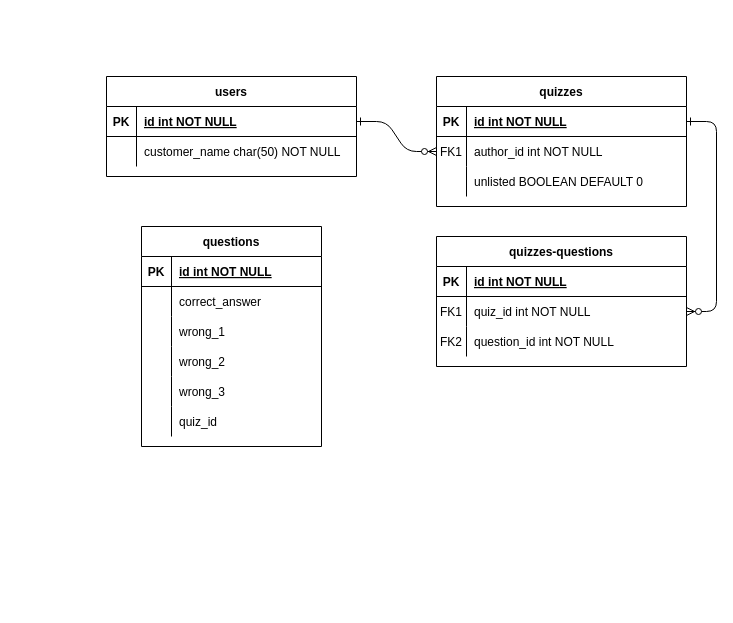
Before: quizapp-erd-1st-draft.drawio in akshathakulkarni/QuizApp, a draw.io diagram. Source tidied: cells renumbered, new cells numbered last; positions are measured from the earlier drawing's top-left corner, leaving out a move shared by most shapes. Both pictures are drawn from the tidied source at 100%, with x=0, y=0 at pixel (106, 76).
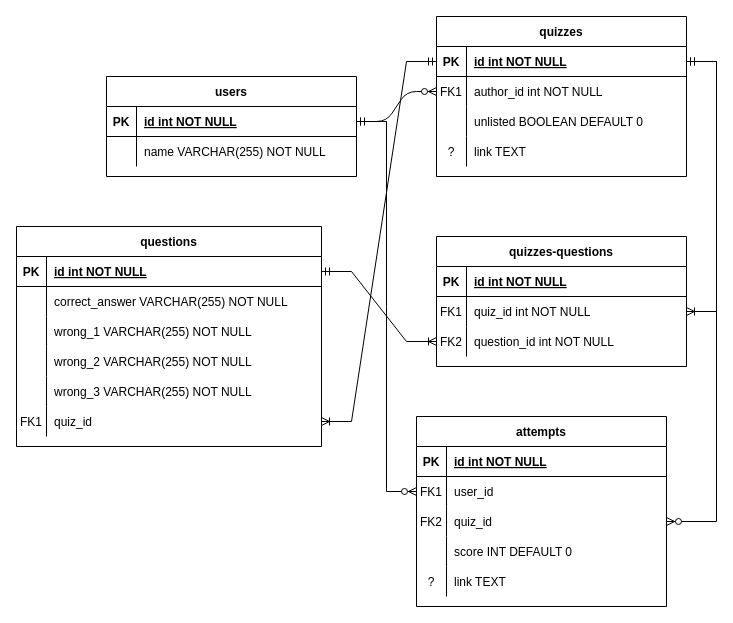
Above is the later version.

Commit message:
Update 1st draft of ERD

Unchanged cells that the change refers to:
```xml
<mxCell id="5" style="shape=partialRectangle;fillColor=none;points=[[0,0.5],[1,0.5]];portConstraint=eastwest;top=0;left=0;right=0;bottom=1;" parent="4" vertex="1">
  <mxGeometry y="30" width="250" height="30" as="geometry" />
</mxCell>
<mxCell id="18" style="shape=partialRectangle;fillColor=none;points=[[0,0.5],[1,0.5]];portConstraint=eastwest;top=0;left=0;right=0;bottom=0;" parent="14" vertex="1">
  <mxGeometry y="60" width="250" height="30" as="geometry" />
</mxCell>
<mxCell id="21" style="shape=partialRectangle;fillColor=none;points=[[0,0.5],[1,0.5]];portConstraint=eastwest;top=0;left=0;right=0;bottom=0;" parent="14" vertex="1">
  <mxGeometry y="90" width="250" height="30" as="geometry" />
</mxCell>
<mxCell id="25" style="shape=partialRectangle;fillColor=none;points=[[0,0.5],[1,0.5]];portConstraint=eastwest;top=0;left=0;right=0;bottom=1;" parent="24" vertex="1">
  <mxGeometry y="30" width="250" height="30" as="geometry" />
</mxCell>
<mxCell id="28" style="shape=partialRectangle;fillColor=none;top=0;left=0;right=0;bottom=0;" parent="24" vertex="1">
  <mxGeometry y="60" width="250" height="30" as="geometry" />
</mxCell>
```

Change to the diagram source:
```diff
@@
-    <mxCell id="3" style="edgeStyle=entityRelationEdgeStyle;endArrow=ERzeroToMany;startArrow=ERone;endFill=1;startFill=0;" parent="1" edge="1" source="5" target="18">
-      <mxGeometry relative="1" as="geometry" />
-    </mxCell>
     <mxCell id="4" value="quizzes" style="shape=table;startSize=30;childLayout=tableLayout;rowLines=0;fontStyle=1;align=center;" parent="1" vertex="1">
-      <mxGeometry x="330" width="250" height="130" as="geometry" />
+      <mxGeometry x="330" y="-60" width="250" height="160" as="geometry" />
     </mxCell>
@@
+    <mxCell id="50" style="shape=partialRectangle;fillColor=none;top=0;left=0;right=0;bottom=0;" parent="4" vertex="1">
+      <mxGeometry y="120" width="250" height="30" as="geometry" />
+    </mxCell>
+    <mxCell id="51" value="?" style="shape=partialRectangle;overflow=hidden;fillColor=none;top=0;left=0;bottom=0;right=0;" parent="50" vertex="1">
+      <mxGeometry width="30" height="30" as="geometry" />
+    </mxCell>
+    <mxCell id="52" value="link TEXT" style="shape=partialRectangle;overflow=hidden;fillColor=none;top=0;left=0;bottom=0;right=0;align=left;spacingLeft=6;" parent="50" vertex="1">
+      <mxGeometry x="30" width="220" height="30" as="geometry" />
+    </mxCell>
@@
-    <mxCell id="30" value="customer_name char(50) NOT NULL" style="shape=partialRectangle;overflow=hidden;fillColor=none;top=0;left=0;bottom=0;right=0;align=left;spacingLeft=6;" parent="28" vertex="1">
+    <mxCell id="30" value="name VARCHAR(255) NOT NULL" style="shape=partialRectangle;overflow=hidden;fillColor=none;top=0;left=0;bottom=0;right=0;align=left;spacingLeft=6;" parent="28" vertex="1">
       <mxGeometry x="30" width="220" height="30" as="geometry" />
     </mxCell>
     <mxCell id="31" value="questions" style="shape=table;startSize=30;childLayout=tableLayout;rowLines=0;fontStyle=1;align=center;" parent="1" vertex="1">
-      <mxGeometry x="35" y="150" width="180" height="220" as="geometry" />
+      <mxGeometry x="-90" y="150" width="305" height="220" as="geometry" />
     </mxCell>
     <mxCell id="32" style="shape=partialRectangle;fillColor=none;top=0;left=0;bottom=1;right=0;points=[[0,0.5],[1,0.5]];portConstraint=eastwest;" parent="31" vertex="1">
-      <mxGeometry y="30" width="180" height="30" as="geometry" />
+      <mxGeometry y="30" width="305" height="30" as="geometry" />
     </mxCell>
@@
     <mxCell id="34" value="id int NOT NULL" style="shape=partialRectangle;fillColor=none;top=0;left=0;bottom=0;right=0;align=left;spacingLeft=6;fontStyle=5;overflow=hidden;" parent="32" vertex="1">
-      <mxGeometry x="30" width="150" height="30" as="geometry" />
+      <mxGeometry x="30" width="275" height="30" as="geometry" />
     </mxCell>
     <mxCell id="35" style="shape=partialRectangle;fillColor=none;top=0;left=0;bottom=0;right=0;" parent="31" vertex="1">
-      <mxGeometry y="60" width="180" height="30" as="geometry" />
+      <mxGeometry y="60" width="305" height="30" as="geometry" />
     </mxCell>
@@
-    <mxCell id="37" value="correct_answer" style="shape=partialRectangle;fillColor=none;top=0;left=0;bottom=0;right=0;align=left;spacingLeft=6;overflow=hidden;" parent="35" vertex="1">
-      <mxGeometry x="30" width="150" height="30" as="geometry" />
+    <mxCell id="37" value="correct_answer VARCHAR(255) NOT NULL" style="shape=partialRectangle;fillColor=none;top=0;left=0;bottom=0;right=0;align=left;spacingLeft=6;overflow=hidden;" parent="35" vertex="1">
+      <mxGeometry x="30" width="275" height="30" as="geometry" />
     </mxCell>
     <mxCell id="38" style="shape=partialRectangle;fillColor=none;top=0;left=0;bottom=0;right=0;" parent="31" vertex="1">
-      <mxGeometry y="90" width="180" height="30" as="geometry" />
+      <mxGeometry y="90" width="305" height="30" as="geometry" />
     </mxCell>
@@
-    <mxCell id="40" value="wrong_1" style="shape=partialRectangle;fillColor=none;top=0;left=0;bottom=0;right=0;align=left;spacingLeft=6;overflow=hidden;" parent="38" vertex="1">
-      <mxGeometry x="30" width="150" height="30" as="geometry" />
+    <mxCell id="40" value="wrong_1 VARCHAR(255) NOT NULL" style="shape=partialRectangle;fillColor=none;top=0;left=0;bottom=0;right=0;align=left;spacingLeft=6;overflow=hidden;" parent="38" vertex="1">
+      <mxGeometry x="30" width="275" height="30" as="geometry" />
     </mxCell>
     <mxCell id="41" style="shape=partialRectangle;fillColor=none;top=0;left=0;bottom=0;right=0;" parent="31" vertex="1">
-      <mxGeometry y="120" width="180" height="30" as="geometry" />
+      <mxGeometry y="120" width="305" height="30" as="geometry" />
     </mxCell>
@@
-    <mxCell id="43" value="wrong_2" style="shape=partialRectangle;fillColor=none;top=0;left=0;bottom=0;right=0;align=left;spacingLeft=6;overflow=hidden;" parent="41" vertex="1">
-      <mxGeometry x="30" width="150" height="30" as="geometry" />
+    <mxCell id="43" value="wrong_2 VARCHAR(255) NOT NULL" style="shape=partialRectangle;fillColor=none;top=0;left=0;bottom=0;right=0;align=left;spacingLeft=6;overflow=hidden;" parent="41" vertex="1">
+      <mxGeometry x="30" width="275" height="30" as="geometry" />
     </mxCell>
     <mxCell id="44" style="shape=partialRectangle;fillColor=none;top=0;left=0;bottom=0;right=0;" parent="31" vertex="1">
-      <mxGeometry y="150" width="180" height="30" as="geometry" />
+      <mxGeometry y="150" width="305" height="30" as="geometry" />
     </mxCell>
@@
-    <mxCell id="46" value="wrong_3" style="shape=partialRectangle;fillColor=none;top=0;left=0;bottom=0;right=0;align=left;spacingLeft=6;overflow=hidden;" parent="44" vertex="1">
-      <mxGeometry x="30" width="150" height="30" as="geometry" />
+    <mxCell id="46" value="wrong_3 VARCHAR(255) NOT NULL" style="shape=partialRectangle;fillColor=none;top=0;left=0;bottom=0;right=0;align=left;spacingLeft=6;overflow=hidden;" parent="44" vertex="1">
+      <mxGeometry x="30" width="275" height="30" as="geometry" />
     </mxCell>
     <mxCell id="47" style="shape=partialRectangle;fillColor=none;top=0;left=0;bottom=0;right=0;points=[[0,0.5],[1,0.5]];portConstraint=eastwest;" parent="31" vertex="1">
-      <mxGeometry y="180" width="180" height="30" as="geometry" />
+      <mxGeometry y="180" width="305" height="30" as="geometry" />
     </mxCell>
-    <mxCell id="48" style="shape=partialRectangle;fillColor=none;top=0;left=0;bottom=0;right=0;overflow=hidden;" parent="47" vertex="1">
+    <mxCell id="48" value="FK1" style="shape=partialRectangle;fillColor=none;top=0;left=0;bottom=0;right=0;overflow=hidden;" parent="47" vertex="1">
       <mxGeometry width="30" height="30" as="geometry" />
     </mxCell>
     <mxCell id="49" value="quiz_id" style="shape=partialRectangle;fillColor=none;top=0;left=0;bottom=0;right=0;align=left;spacingLeft=6;overflow=hidden;" parent="47" vertex="1">
-      <mxGeometry x="30" width="150" height="30" as="geometry" />
+      <mxGeometry x="30" width="275" height="30" as="geometry" />
     </mxCell>
+    <mxCell id="53" style="edgeStyle=entityRelationEdgeStyle;fontSize=12;html=1;endArrow=ERoneToMany;startArrow=ERmandOne;rounded=0;" parent="1" edge="1" source="5" target="47">
+      <mxGeometry relative="1" as="geometry" />
+    </mxCell>
+    <mxCell id="54" style="edgeStyle=entityRelationEdgeStyle;fontSize=12;html=1;endArrow=ERoneToMany;startArrow=ERmandOne;rounded=0;" parent="1" edge="1" source="32" target="21">
+      <mxGeometry relative="1" as="geometry" />
+    </mxCell>
+    <mxCell id="3" style="edgeStyle=entityRelationEdgeStyle;fontSize=12;html=1;endArrow=ERoneToMany;startArrow=ERmandOne;rounded=0;" parent="1" edge="1" source="5" target="18">
+      <mxGeometry relative="1" as="geometry" />
+    </mxCell>
+    <mxCell id="55" value="attempts" style="shape=table;startSize=30;childLayout=tableLayout;rowLines=0;fontStyle=1;align=center;" parent="1" vertex="1">
+      <mxGeometry x="310" y="340" width="250" height="190" as="geometry" />
+    </mxCell>
+    <mxCell id="56" style="shape=partialRectangle;fillColor=none;top=0;left=0;bottom=1;right=0;" parent="55" vertex="1">
+      <mxGeometry y="30" width="250" height="30" as="geometry" />
+    </mxCell>
+    <mxCell id="57" value="PK" style="shape=partialRectangle;fillColor=none;top=0;left=0;bottom=0;right=0;fontStyle=1;overflow=hidden;" parent="56" vertex="1">
+      <mxGeometry width="30" height="30" as="geometry" />
+    </mxCell>
+    <mxCell id="58" value="id int NOT NULL" style="shape=partialRectangle;fillColor=none;top=0;left=0;bottom=0;right=0;align=left;spacingLeft=6;fontStyle=5;overflow=hidden;" parent="56" vertex="1">
+      <mxGeometry x="30" width="220" height="30" as="geometry" />
+    </mxCell>
+    <mxCell id="59" style="shape=partialRectangle;fillColor=none;top=0;left=0;bottom=0;right=0;points=[[0,0.5],[1,0.5]];portConstraint=eastwest;" parent="55" vertex="1">
+      <mxGeometry y="60" width="250" height="30" as="geometry" />
+    </mxCell>
+    <mxCell id="60" value="FK1" style="shape=partialRectangle;fillColor=none;top=0;left=0;bottom=0;right=0;overflow=hidden;" parent="59" vertex="1">
+      <mxGeometry width="30" height="30" as="geometry" />
+    </mxCell>
+    <mxCell id="61" value="user_id" style="shape=partialRectangle;fillColor=none;top=0;left=0;bottom=0;right=0;align=left;spacingLeft=6;overflow=hidden;" parent="59" vertex="1">
+      <mxGeometry x="30" width="220" height="30" as="geometry" />
+    </mxCell>
+    <mxCell id="62" style="shape=partialRectangle;fillColor=none;top=0;left=0;bottom=0;right=0;points=[[0,0.5],[1,0.5]];portConstraint=eastwest;" parent="55" vertex="1">
+      <mxGeometry y="90" width="250" height="30" as="geometry" />
+    </mxCell>
+    <mxCell id="63" value="FK2" style="shape=partialRectangle;fillColor=none;top=0;left=0;bottom=0;right=0;overflow=hidden;" parent="62" vertex="1">
+      <mxGeometry width="30" height="30" as="geometry" />
+    </mxCell>
+    <mxCell id="64" value="quiz_id" style="shape=partialRectangle;fillColor=none;top=0;left=0;bottom=0;right=0;align=left;spacingLeft=6;overflow=hidden;" parent="62" vertex="1">
+      <mxGeometry x="30" width="220" height="30" as="geometry" />
+    </mxCell>
+    <mxCell id="65" style="shape=partialRectangle;fillColor=none;top=0;left=0;bottom=0;right=0;" parent="55" vertex="1">
+      <mxGeometry y="120" width="250" height="30" as="geometry" />
+    </mxCell>
+    <mxCell id="66" style="shape=partialRectangle;fillColor=none;top=0;left=0;bottom=0;right=0;overflow=hidden;" parent="65" vertex="1">
+      <mxGeometry width="30" height="30" as="geometry" />
+    </mxCell>
+    <mxCell id="67" value="score INT DEFAULT 0" style="shape=partialRectangle;fillColor=none;top=0;left=0;bottom=0;right=0;align=left;spacingLeft=6;overflow=hidden;" parent="65" vertex="1">
+      <mxGeometry x="30" width="220" height="30" as="geometry" />
+    </mxCell>
+    <mxCell id="68" style="shape=partialRectangle;fillColor=none;top=0;left=0;bottom=0;right=0;" parent="55" vertex="1">
+      <mxGeometry y="150" width="250" height="30" as="geometry" />
+    </mxCell>
+    <mxCell id="69" value="?" style="shape=partialRectangle;fillColor=none;top=0;left=0;bottom=0;right=0;overflow=hidden;" parent="68" vertex="1">
+      <mxGeometry width="30" height="30" as="geometry" />
+    </mxCell>
+    <mxCell id="70" value="link TEXT" style="shape=partialRectangle;fillColor=none;top=0;left=0;bottom=0;right=0;align=left;spacingLeft=6;overflow=hidden;" parent="68" vertex="1">
+      <mxGeometry x="30" width="220" height="30" as="geometry" />
+    </mxCell>
+    <mxCell id="71" style="edgeStyle=entityRelationEdgeStyle;fontSize=12;html=1;endArrow=ERzeroToMany;startArrow=ERmandOne;rounded=0;" parent="1" edge="1" source="25" target="59">
+      <mxGeometry relative="1" as="geometry" />
+    </mxCell>
+    <mxCell id="72" style="edgeStyle=entityRelationEdgeStyle;fontSize=12;html=1;endArrow=ERzeroToMany;startArrow=ERmandOne;rounded=0;" parent="1" edge="1" source="5" target="62">
+      <mxGeometry relative="1" as="geometry" />
+    </mxCell>
```
